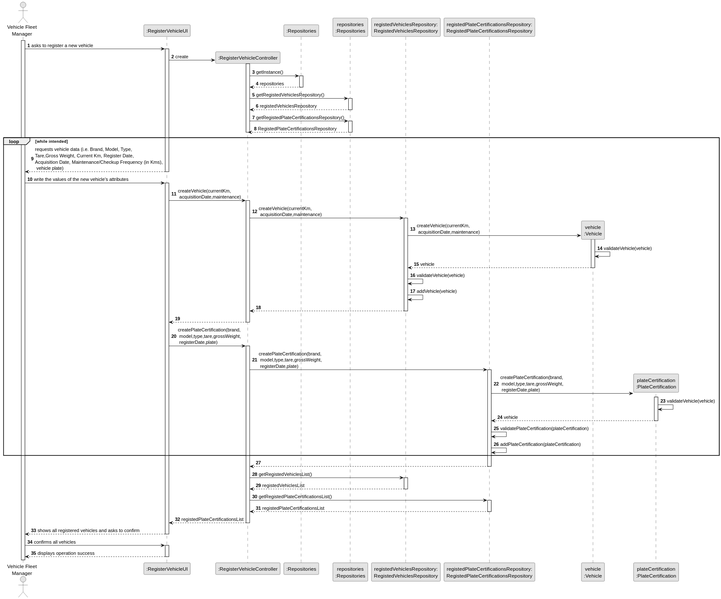
1231360-ISEP/lei-24-s2-1db-g021 keeps this PlantUML diagram as docs/sprint2/us006/03.design/svg/us006-sequence-diagram-full.svg. Above is the earlier version.
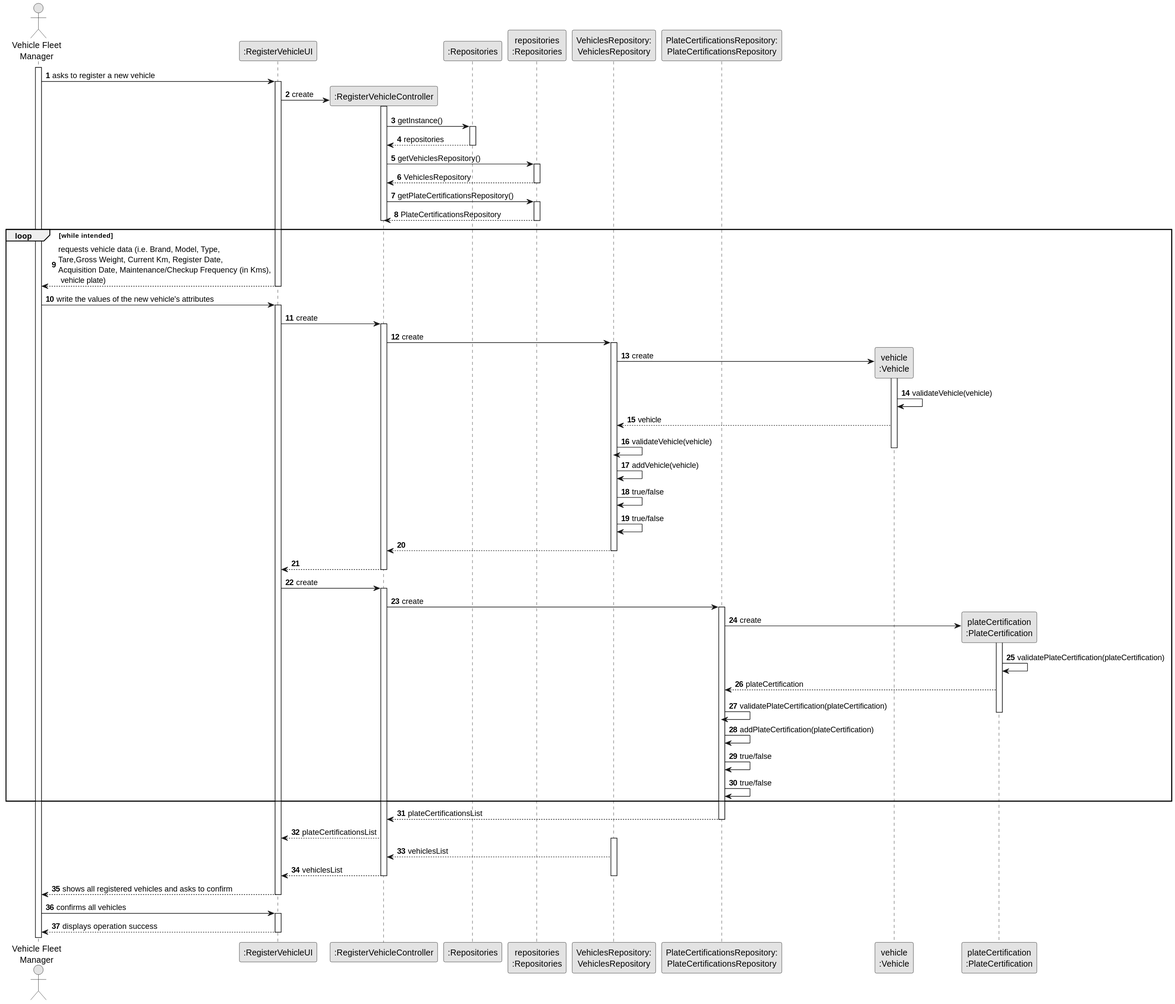
The same diagram one commit later.

Commit message:
US6 - update full diagram and modify some files

The edit, as a diff of the source:
```diff
@@ -8,8 +8,8 @@
 participant ":RegisterVehicleController" as CTRL
 participant ":Repositories" as RepositorySingleton
 participant "repositories\n:Repositories" as PLAT
-participant "registedVehiclesRepository:\nRegistedVehiclesRepository" as RegistedVehiclesRepository
-participant "registedPlateCertificationsRepository:\nRegistedPlateCertificationsRepository" as RegistedPlateCertificationsRepository
+participant "VehiclesRepository:\nVehiclesRepository" as VehiclesRepository
+participant "PlateCertificationsRepository:\nPlateCertificationsRepository" as PlateCertificationsRepository
 participant "vehicle\n:Vehicle" as VEICULO
 participant "plateCertification\n:PlateCertification" as PLATE_CERTIFICATION
 
@@ -29,17 +29,17 @@
     RepositorySingleton --> CTRL: repositories
     deactivate RepositorySingleton
 
-        CTRL -> PLAT : getRegistedVehiclesRepository()
+        CTRL -> PLAT : getVehiclesRepository()
     activate PLAT
 
-    PLAT --> CTRL: registedVehiclesRepository
+    PLAT --> CTRL: VehiclesRepository
     deactivate PLAT
 
-    CTRL -> PLAT : getRegistedPlateCertificationsRepository()
+    CTRL -> PLAT : getPlateCertificationsRepository()
 
     activate PLAT
 
-    PLAT --> CTRL: RegistedPlateCertificationsRepository
+    PLAT --> CTRL: PlateCertificationsRepository
     deactivate PLAT
 
 deactivate CTRL
@@ -52,66 +52,62 @@
         VFM -> UI : write the values of the new vehicle's attributes
     activate UI
 
-       UI -> CTRL: createVehicle(currentKm,\n acquisitionDate,maintenance)
+       UI -> CTRL: create
     activate CTRL
 
-        CTRL -> RegistedVehiclesRepository : createVehicle(currentKm,\n acquisitionDate,maintenance)
-    activate RegistedVehiclesRepository
+        CTRL -> VehiclesRepository : create
+    activate VehiclesRepository
 
-        RegistedVehiclesRepository -> VEICULO**: createVehicle(currentKm,\n acquisitionDate,maintenance)
+        VehiclesRepository -> VEICULO**: create
     activate VEICULO
 
-        VEICULO -> VEICULO: validateVehicle(vehicle)
+    VEICULO -> VEICULO: validateVehicle(vehicle)
 
-    RegistedVehiclesRepository <-- VEICULO : vehicle
+    VEICULO --> VehiclesRepository : vehicle
+    VehiclesRepository -> VehiclesRepository: validateVehicle(vehicle)
     deactivate VEICULO
+    VehiclesRepository -> VehiclesRepository: addVehicle(vehicle)
+    VehiclesRepository -> VehiclesRepository: true/false
+    VehiclesRepository -> VehiclesRepository: true/false
 
-    RegistedVehiclesRepository -> RegistedVehiclesRepository: validateVehicle(vehicle)
-    RegistedVehiclesRepository -> RegistedVehiclesRepository: addVehicle(vehicle)
-
-    CTRL <-- RegistedVehiclesRepository
-    deactivate RegistedVehiclesRepository
+    CTRL <-- VehiclesRepository
+    deactivate VehiclesRepository
 
     UI <-- CTRL
 
     deactivate CTRL
 
-    UI -> CTRL: createPlateCertification(brand,\n model,type,tare,grossWeight,\n registerDate,plate)
+    UI -> CTRL: create
 
     activate CTRL
 
-        CTRL -> RegistedPlateCertificationsRepository : createPlateCertification(brand,\n model,type,tare,grossWeight,\n registerDate,plate)
-    activate RegistedPlateCertificationsRepository
+        CTRL -> PlateCertificationsRepository : create
+    activate PlateCertificationsRepository
 
-    RegistedPlateCertificationsRepository -> PLATE_CERTIFICATION**: createPlateCertification(brand,\n model,type,tare,grossWeight,\n registerDate,plate)
+    PlateCertificationsRepository -> PLATE_CERTIFICATION**: create
 
     activate PLATE_CERTIFICATION
-        PLATE_CERTIFICATION -> PLATE_CERTIFICATION: validateVehicle(vehicle)
+        PLATE_CERTIFICATION -> PLATE_CERTIFICATION: validatePlateCertification(plateCertification)
 
-    RegistedPlateCertificationsRepository <-- PLATE_CERTIFICATION : vehicle
-    deactivate PLATE_CERTIFICATION
-
-    RegistedPlateCertificationsRepository -> RegistedPlateCertificationsRepository: validatePlateCertification(plateCertification)
-    RegistedPlateCertificationsRepository -> RegistedPlateCertificationsRepository: addPlateCertification(plateCertification)
+        PLATE_CERTIFICATION --> PlateCertificationsRepository : plateCertification
+        PlateCertificationsRepository -> PlateCertificationsRepository: validatePlateCertification(plateCertification)
+        deactivate PLATE_CERTIFICATION
+        PlateCertificationsRepository -> PlateCertificationsRepository: addPlateCertification(plateCertification)
+        PlateCertificationsRepository -> PlateCertificationsRepository: true/false
+        PlateCertificationsRepository -> PlateCertificationsRepository: true/false
 
     end
 
-    CTRL <-- RegistedPlateCertificationsRepository
-    deactivate
+    CTRL <-- PlateCertificationsRepository : plateCertificationsList
+    deactivate PlateCertificationsRepository
 
-        CTRL -> RegistedVehiclesRepository : getRegistedVehiclesList()
-    activate RegistedVehiclesRepository
+    CTRL --> UI : plateCertificationsList
 
-    RegistedVehiclesRepository --> CTRL : registedVehiclesList
-    deactivate RegistedVehiclesRepository
+    activate VehiclesRepository
 
-        CTRL -> RegistedPlateCertificationsRepository : getRegistedPlateCertificationsList()
-    activate RegistedPlateCertificationsRepository
-
-    RegistedPlateCertificationsRepository --> CTRL : registedPlateCertificationsList
-    deactivate RegistedPlateCertificationsRepository
-
-    CTRL --> UI : registedPlateCertificationsList
+    CTRL <-- VehiclesRepository : vehiclesList
+    CTRL --> UI : vehiclesList
+    deactivate VehiclesRepository
 
     deactivate CTRL
 
```
